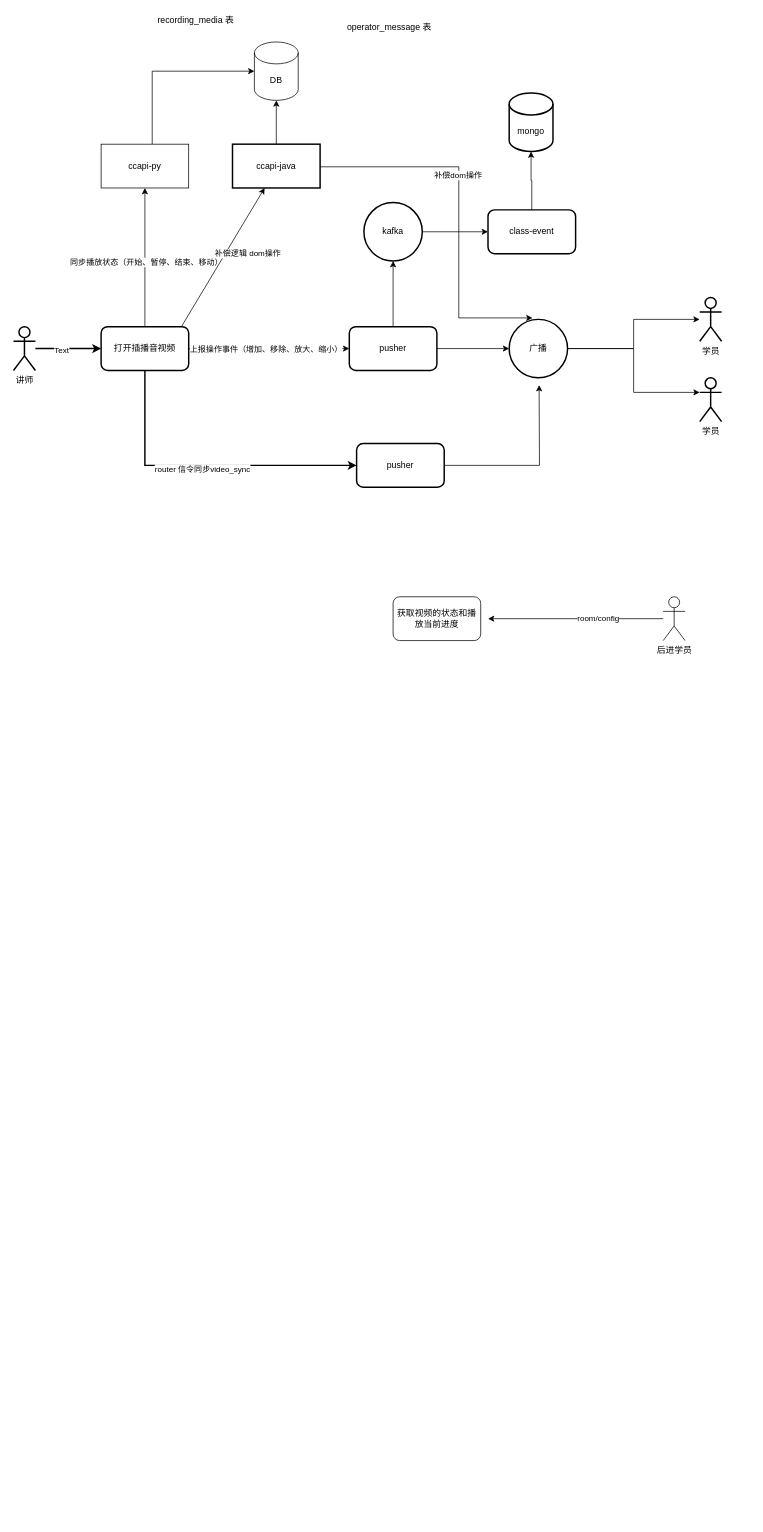
The draw.io diagram 讲师离开插播音视频正常播放.drawio in pkx10086/diagram, before the edit. Source tidied: cells renumbered, new cells numbered last; positions are measured from the earlier drawing's top-left corner, leaving out a move shared by most shapes. Both pictures are drawn from the tidied source at 73%, with x=0, y=0 at pixel (13, 12).
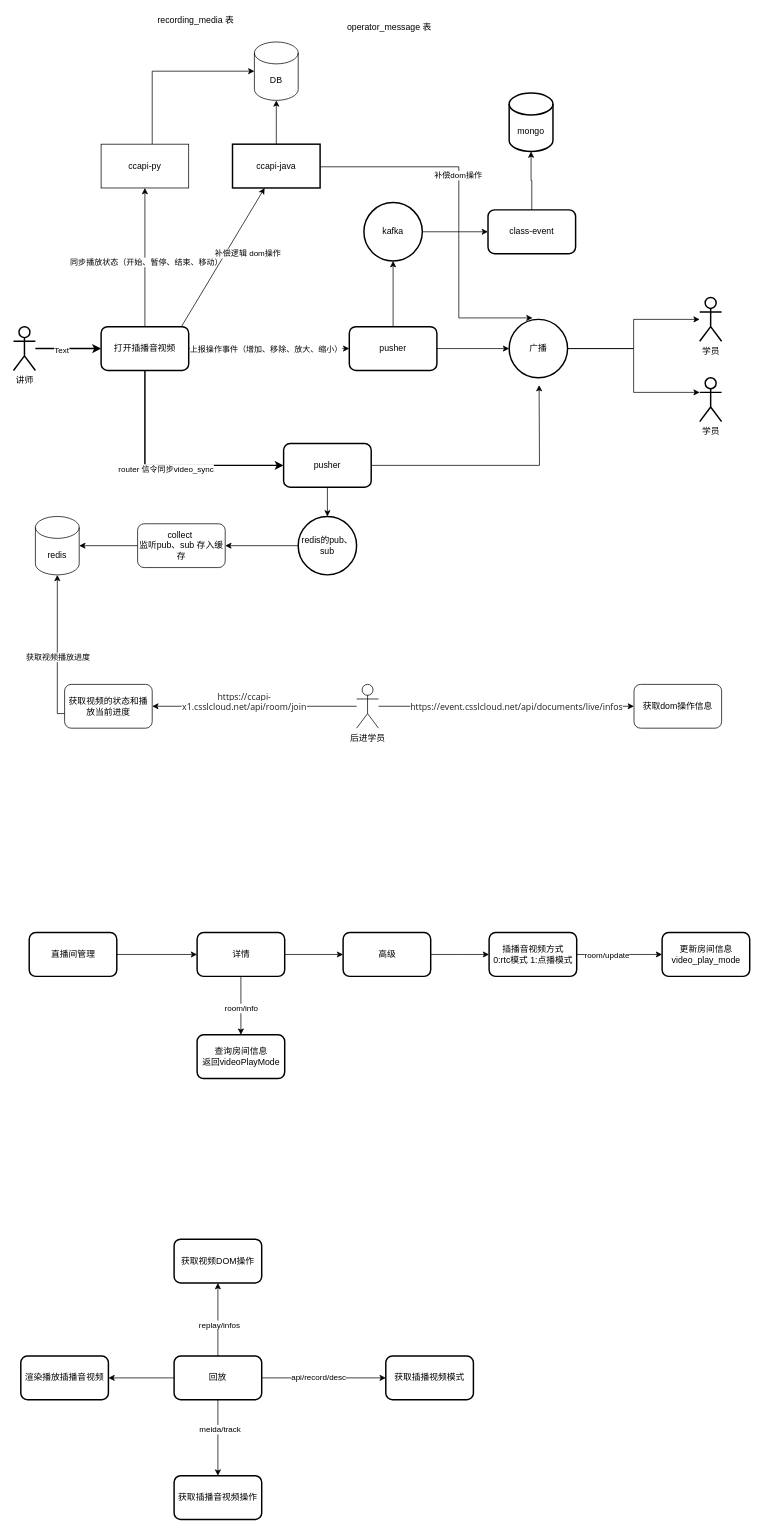
The same page after the edit.

Commit message:
更新讲师离开插播音视频正常播放.drawio

What changed in the source:
```diff
@@
+    <mxCell id="42" style="edgeStyle=orthogonalEdgeStyle;rounded=0;jettySize=auto;html=1;" parent="1" edge="1" source="37" target="60">
+      <mxGeometry relative="1" as="geometry" />
+    </mxCell>
     <mxCell id="37" value="pusher" style="rounded=1;whiteSpace=wrap;html=1;strokeWidth=2;" parent="1" vertex="1">
-      <mxGeometry x="470" y="590" width="120" height="60" as="geometry" />
+      <mxGeometry x="370" y="590" width="120" height="60" as="geometry" />
     </mxCell>
-    <mxCell id="38" style="edgeStyle=orthogonalEdgeStyle;rounded=0;jettySize=auto;html=1;" parent="1" edge="1" source="40">
-      <mxGeometry relative="1" as="geometry">
-        <mxPoint x="650" y="830" as="targetPoint" />
-      </mxGeometry>
+    <mxCell id="38" style="edgeStyle=orthogonalEdgeStyle;rounded=0;jettySize=auto;html=1;" parent="1" edge="1" source="40" target="41">
+      <mxGeometry relative="1" as="geometry" />
     </mxCell>
-    <mxCell id="39" value="room/config" style="edgeLabel;html=1;align=center;verticalAlign=middle;" parent="38" vertex="1">
-      <mxGeometry x="-0.25" y="-2" relative="1" as="geometry" />
+    <mxCell id="39" value="&#10;&lt;span style=&quot;color: rgb(31, 31, 31); font-family: &amp;quot;Segoe UI&amp;quot;, tahoma, sans-serif; font-size: 12px; font-style: normal; font-variant-ligatures: normal; font-variant-caps: normal; font-weight: 400; letter-spacing: normal; orphans: 2; text-align: start; text-indent: 0px; text-transform: none; widows: 2; word-spacing: 0px; -webkit-text-stroke-width: 0px; white-space: normal; background-color: rgb(255, 255, 255); text-decoration-thickness: initial; text-decoration-style: initial; text-decoration-color: initial; display: inline !important; float: none;&quot;&gt;https://ccapi-x1.csslcloud.net/api/room/join&lt;/span&gt;&#10;&#10;" style="edgeLabel;html=1;align=center;verticalAlign=middle;" parent="38" vertex="1">
+      <mxGeometry x="-0.25" y="-2" relative="1" as="geometry">
+        <mxPoint x="-50" y="2" as="offset" />
+      </mxGeometry>
     </mxCell>
+    <mxCell id="43" style="edgeStyle=orthogonalEdgeStyle;rounded=0;jettySize=auto;html=1;entryX=0;entryY=0.5;entryDx=0;entryDy=0;" parent="1" edge="1" source="40" target="58">
+      <mxGeometry relative="1" as="geometry" />
+    </mxCell>
+    <mxCell id="44" value="&lt;span style=&quot;color: rgb(31, 31, 31); font-family: &amp;quot;Segoe UI&amp;quot;, tahoma, sans-serif; font-size: 12px; text-align: start; text-wrap: wrap;&quot;&gt;https://event.csslcloud.net/api/documents/live/infos&lt;/span&gt;" style="edgeLabel;html=1;align=center;verticalAlign=middle;" parent="43" vertex="1">
+      <mxGeometry x="0.02" y="-1" relative="1" as="geometry">
+        <mxPoint x="9" y="-1" as="offset" />
+      </mxGeometry>
+    </mxCell>
     <mxCell id="40" value="后进学员" style="shape=umlActor;verticalLabelPosition=bottom;verticalAlign=top;html=1;" parent="1" vertex="1">
-      <mxGeometry x="890" y="800" width="30" height="60" as="geometry" />
+      <mxGeometry x="470" y="920" width="30" height="60" as="geometry" />
     </mxCell>
     <mxCell id="41" value="获取视频的状态和播放当前进度" style="rounded=1;whiteSpace=wrap;html=1;" parent="1" vertex="1">
-      <mxGeometry x="520" y="800" width="120" height="60" as="geometry" />
+      <mxGeometry x="70" y="920" width="120" height="60" as="geometry" />
     </mxCell>
+    <mxCell id="45" style="edgeStyle=orthogonalEdgeStyle;rounded=0;jettySize=auto;html=1;" parent="1" edge="1" source="46" target="50">
+      <mxGeometry relative="1" as="geometry" />
+    </mxCell>
+    <mxCell id="46" value="直播间管理" style="rounded=1;whiteSpace=wrap;html=1;strokeWidth=2;" parent="1" vertex="1">
+      <mxGeometry x="21.5" y="1260" width="120" height="60" as="geometry" />
+    </mxCell>
+    <mxCell id="47" style="edgeStyle=orthogonalEdgeStyle;rounded=0;jettySize=auto;html=1;" parent="1" edge="1" source="50" target="52">
+      <mxGeometry relative="1" as="geometry" />
+    </mxCell>
+    <mxCell id="48" style="edgeStyle=orthogonalEdgeStyle;rounded=0;jettySize=auto;html=1;" parent="1" edge="1" source="50" target="57">
+      <mxGeometry relative="1" as="geometry" />
+    </mxCell>
+    <mxCell id="49" value="room/info" style="edgeLabel;html=1;align=center;verticalAlign=middle;" parent="48" vertex="1">
+      <mxGeometry x="0.07" relative="1" as="geometry" />
+    </mxCell>
+    <mxCell id="50" value="详情" style="whiteSpace=wrap;html=1;rounded=1;strokeWidth=2;" parent="1" vertex="1">
+      <mxGeometry x="251.5" y="1260" width="120" height="60" as="geometry" />
+    </mxCell>
+    <mxCell id="51" style="edgeStyle=orthogonalEdgeStyle;rounded=0;jettySize=auto;html=1;" parent="1" edge="1" source="52">
+      <mxGeometry relative="1" as="geometry">
+        <mxPoint x="651.5" y="1290" as="targetPoint" />
+      </mxGeometry>
+    </mxCell>
+    <mxCell id="52" value="高级" style="whiteSpace=wrap;html=1;rounded=1;strokeWidth=2;" parent="1" vertex="1">
+      <mxGeometry x="451.5" y="1260" width="120" height="60" as="geometry" />
+    </mxCell>
+    <mxCell id="53" style="edgeStyle=orthogonalEdgeStyle;rounded=0;jettySize=auto;html=1;" parent="1" edge="1" source="55" target="56">
+      <mxGeometry relative="1" as="geometry" />
+    </mxCell>
+    <mxCell id="54" value="room/update" style="edgeLabel;html=1;align=center;verticalAlign=middle;" parent="53" vertex="1">
+      <mxGeometry x="-0.3" relative="1" as="geometry" />
+    </mxCell>
+    <mxCell id="55" value="插播音视频方式&lt;div&gt;0:rtc模式 1:点播模式&lt;/div&gt;" style="rounded=1;whiteSpace=wrap;html=1;strokeWidth=2;" parent="1" vertex="1">
+      <mxGeometry x="651.5" y="1260" width="120" height="60" as="geometry" />
+    </mxCell>
+    <mxCell id="56" value="更新房间信息&lt;div&gt;video_play_mode&lt;/div&gt;" style="whiteSpace=wrap;html=1;rounded=1;strokeWidth=2;" parent="1" vertex="1">
+      <mxGeometry x="888.5" y="1260" width="120" height="60" as="geometry" />
+    </mxCell>
+    <mxCell id="57" value="查询房间信息&lt;div&gt;返回videoPlayMode&lt;/div&gt;" style="whiteSpace=wrap;html=1;rounded=1;strokeWidth=2;" parent="1" vertex="1">
+      <mxGeometry x="251.5" y="1400" width="120" height="60" as="geometry" />
+    </mxCell>
+    <mxCell id="58" value="获取dom操作信息" style="rounded=1;whiteSpace=wrap;html=1;" parent="1" vertex="1">
+      <mxGeometry x="850" y="920" width="120" height="60" as="geometry" />
+    </mxCell>
+    <mxCell id="59" style="edgeStyle=orthogonalEdgeStyle;rounded=0;jettySize=auto;html=1;entryX=1;entryY=0.5;entryDx=0;entryDy=0;" parent="1" edge="1" source="60" target="61">
+      <mxGeometry relative="1" as="geometry" />
+    </mxCell>
+    <mxCell id="60" value="redis的pub、sub" style="ellipse;whiteSpace=wrap;html=1;rounded=1;strokeWidth=2;" parent="1" vertex="1">
+      <mxGeometry x="390" y="690" width="80" height="80" as="geometry" />
+    </mxCell>
+    <mxCell id="61" value="collect&amp;nbsp;&lt;div&gt;监听pub、sub 存入缓存&lt;/div&gt;" style="rounded=1;whiteSpace=wrap;html=1;" parent="1" vertex="1">
+      <mxGeometry x="170" y="700" width="120" height="60" as="geometry" />
+    </mxCell>
+    <mxCell id="62" value="redis" style="shape=cylinder3;whiteSpace=wrap;html=1;boundedLbl=1;backgroundOutline=1;size=15;" parent="1" vertex="1">
+      <mxGeometry x="30" y="690" width="60" height="80" as="geometry" />
+    </mxCell>
+    <mxCell id="63" style="edgeStyle=orthogonalEdgeStyle;rounded=0;jettySize=auto;html=1;entryX=1;entryY=0.5;entryDx=0;entryDy=0;entryPerimeter=0;" parent="1" edge="1" source="61" target="62">
+      <mxGeometry relative="1" as="geometry" />
+    </mxCell>
+    <mxCell id="64" style="edgeStyle=orthogonalEdgeStyle;rounded=0;jettySize=auto;html=1;entryX=0.5;entryY=1;entryDx=0;entryDy=0;entryPerimeter=0;" parent="1" edge="1" source="41" target="62">
+      <mxGeometry relative="1" as="geometry">
+        <Array as="points">
+          <mxPoint x="60" y="960" />
+        </Array>
+      </mxGeometry>
+    </mxCell>
+    <mxCell id="65" value="获取视频播放进度" style="edgeLabel;html=1;align=center;verticalAlign=middle;" parent="64" vertex="1">
+      <mxGeometry x="-0.12" relative="1" as="geometry" />
+    </mxCell>
+    <mxCell id="66" style="edgeStyle=orthogonalEdgeStyle;rounded=0;jettySize=auto;html=1;" parent="1" edge="1" source="73" target="74">
+      <mxGeometry relative="1" as="geometry" />
+    </mxCell>
+    <mxCell id="67" value="api/record/desc" style="edgeLabel;html=1;align=center;verticalAlign=middle;" parent="66" vertex="1">
+      <mxGeometry x="-0.1" y="1" relative="1" as="geometry" />
+    </mxCell>
+    <mxCell id="68" style="edgeStyle=orthogonalEdgeStyle;rounded=0;jettySize=auto;html=1;" parent="1" edge="1" source="73" target="75">
+      <mxGeometry relative="1" as="geometry" />
+    </mxCell>
+    <mxCell id="69" value="meida/track" style="edgeLabel;html=1;align=center;verticalAlign=middle;" parent="68" vertex="1">
+      <mxGeometry x="-0.23" y="2" relative="1" as="geometry" />
+    </mxCell>
+    <mxCell id="70" style="edgeStyle=orthogonalEdgeStyle;rounded=0;jettySize=auto;html=1;" parent="1" edge="1" source="73" target="76">
+      <mxGeometry relative="1" as="geometry" />
+    </mxCell>
+    <mxCell id="71" value="replay/infos" style="edgeLabel;html=1;align=center;verticalAlign=middle;" parent="70" vertex="1">
+      <mxGeometry x="-0.14" y="-1" relative="1" as="geometry" />
+    </mxCell>
+    <mxCell id="72" style="edgeStyle=orthogonalEdgeStyle;rounded=0;jettySize=auto;html=1;" parent="1" edge="1" source="73" target="77">
+      <mxGeometry relative="1" as="geometry" />
+    </mxCell>
+    <mxCell id="73" value="回放" style="rounded=1;whiteSpace=wrap;html=1;strokeWidth=2;" parent="1" vertex="1">
+      <mxGeometry x="220" y="1840" width="120" height="60" as="geometry" />
+    </mxCell>
+    <mxCell id="74" value="获取插播视频模式" style="whiteSpace=wrap;html=1;rounded=1;strokeWidth=2;" parent="1" vertex="1">
+      <mxGeometry x="510" y="1840" width="120" height="60" as="geometry" />
+    </mxCell>
+    <mxCell id="75" value="获取插播音视频操作" style="whiteSpace=wrap;html=1;rounded=1;strokeWidth=2;" parent="1" vertex="1">
+      <mxGeometry x="220" y="2004" width="120" height="60" as="geometry" />
+    </mxCell>
+    <mxCell id="76" value="获取视频DOM操作" style="whiteSpace=wrap;html=1;rounded=1;strokeWidth=2;" parent="1" vertex="1">
+      <mxGeometry x="220" y="1680" width="120" height="60" as="geometry" />
+    </mxCell>
+    <mxCell id="77" value="渲染播放插播音视频" style="rounded=1;whiteSpace=wrap;html=1;strokeWidth=2;" parent="1" vertex="1">
+      <mxGeometry x="10" y="1840" width="120" height="60" as="geometry" />
+    </mxCell>
```
